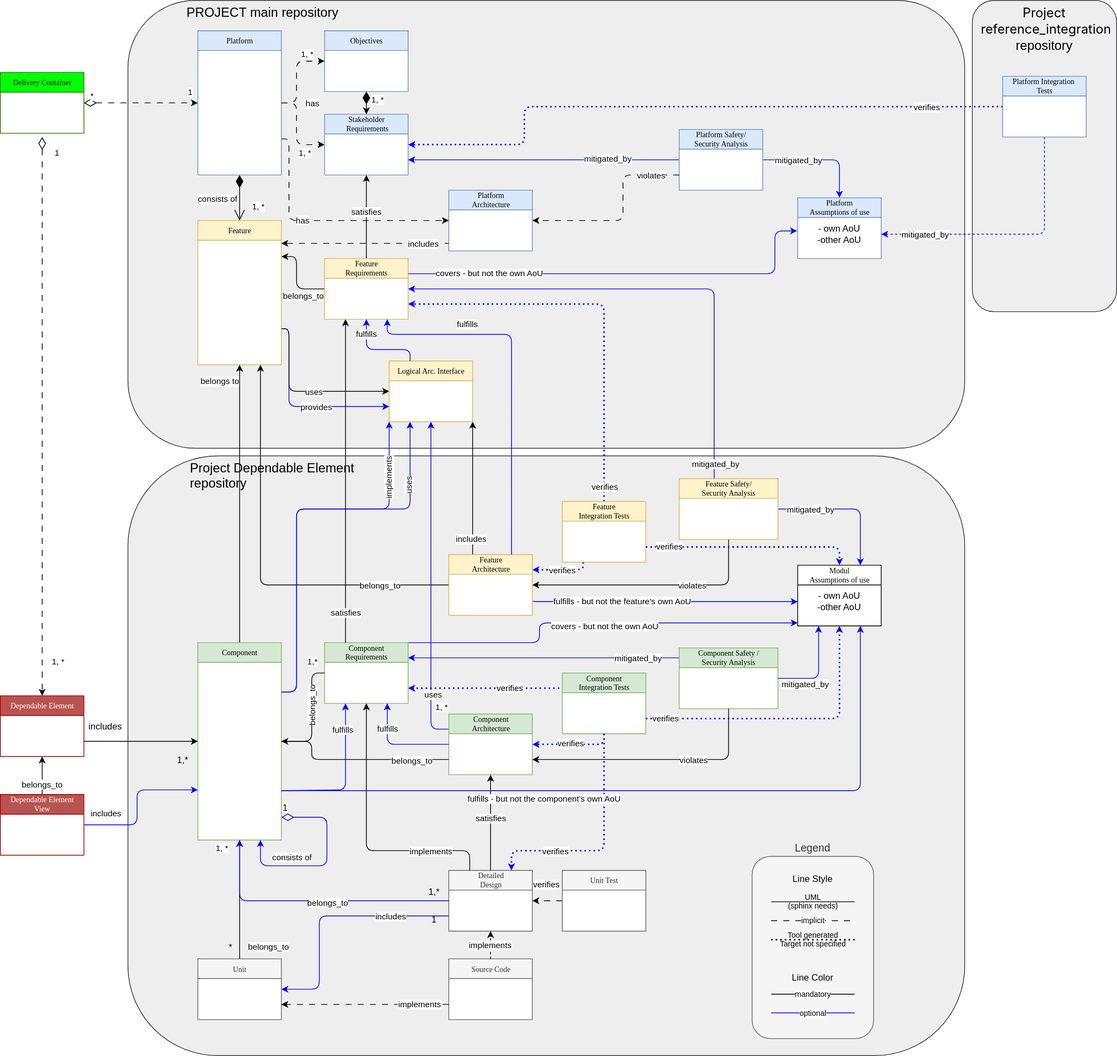
Before: main/_images/score_building_blocks_meta_model_deployment_example.drawio.svg, a diagram exported from draw.io (eclipse-score/process_description). Source tidied: cells renumbered, new cells last; positions are measured from the earlier drawing's top-left corner, leaving out a move shared by most shapes.
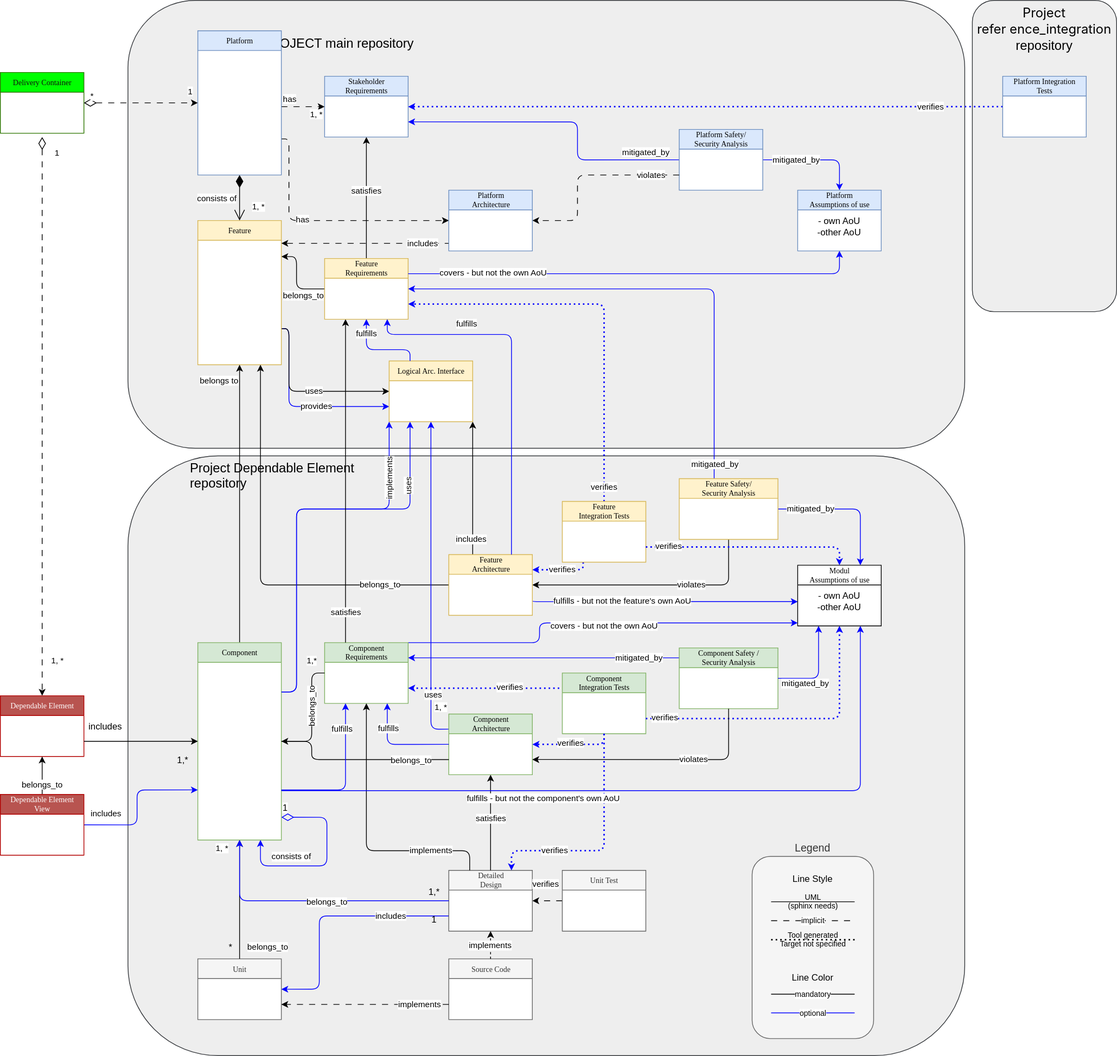
The same diagram one commit later.

What changed in the source:
```diff
@@ -161,7 +161,7 @@
       <mxGeometry x="590.5" y="1262.5" width="110" height="80" as="geometry" />
     </mxCell>
     <mxCell id="34" value="Stakeholder&lt;br&gt;&amp;nbsp;Requirements" style="swimlane;html=1;fontStyle=0;horizontal=1;startSize=26;fillColor=#dae8fc;swimlaneFillColor=#ffffff;rounded=0;shadow=0;comic=0;labelBackgroundColor=none;strokeWidth=1;fontFamily=Verdana;fontSize=10;align=center;strokeColor=#6c8ebf;" parent="1" vertex="1">
-      <mxGeometry x="427" y="150" width="110" height="80" as="geometry" />
+      <mxGeometry x="427" y="100" width="110" height="80" as="geometry" />
     </mxCell>
     <mxCell id="35" style="edgeStyle=orthogonalEdgeStyle;rounded=0;jettySize=auto;html=1;exitX=0.5;exitY=0;exitDx=0;exitDy=0;endArrow=classic;endFill=1;" parent="34" edge="1" source="147">
       <mxGeometry relative="1" as="geometry">
@@ -177,17 +177,14 @@
     <mxCell id="38" value="implements" style="edgeLabel;html=1;align=center;verticalAlign=middle;" parent="37" vertex="1">
       <mxGeometry x="-0.65" relative="1" as="geometry" />
     </mxCell>
-    <mxCell id="39" style="edgeStyle=orthogonalEdgeStyle;rounded=1;jettySize=auto;html=1;entryX=0;entryY=0.5;entryDx=0;entryDy=0;curved=0;dashed=1;dashPattern=8 8;" parent="1" edge="1" source="44" target="34">
+    <mxCell id="39" style="rounded=1;jettySize=auto;html=1;entryX=0;entryY=0.5;entryDx=0;entryDy=0;dashed=1;dashPattern=8 8;" parent="1" edge="1" target="34">
       <mxGeometry relative="1" as="geometry">
-        <Array as="points">
-          <mxPoint x="390" y="135" />
-          <mxPoint x="390" y="190" />
-        </Array>
+        <mxPoint x="370" y="140" as="sourcePoint" />
       </mxGeometry>
     </mxCell>
     <mxCell id="40" value="has" style="edgeLabel;html=1;align=center;verticalAlign=middle;" parent="39" vertex="1">
       <mxGeometry x="0.46" y="2" relative="1" as="geometry">
-        <mxPoint x="13" y="-53" as="offset" />
+        <mxPoint x="-31" y="-8" as="offset" />
       </mxGeometry>
     </mxCell>
     <mxCell id="41" value="1, *" style="edgeLabel;html=1;align=center;verticalAlign=middle;" parent="39" vertex="1">
@@ -217,35 +214,6 @@
         <mxPoint x="-3" y="-149" as="offset" />
       </mxGeometry>
     </mxCell>
-    <mxCell id="47" value="Objectives" style="swimlane;html=1;fontStyle=0;horizontal=1;startSize=26;fillColor=#dae8fc;swimlaneFillColor=#ffffff;rounded=0;shadow=0;comic=0;labelBackgroundColor=none;strokeWidth=1;fontFamily=Verdana;fontSize=10;align=center;strokeColor=#6c8ebf;" parent="1" vertex="1">
-      <mxGeometry x="427" y="40" width="110" height="80" as="geometry" />
-    </mxCell>
-    <mxCell id="48" style="edgeStyle=orthogonalEdgeStyle;rounded=1;jettySize=auto;html=1;entryX=0;entryY=0.5;entryDx=0;entryDy=0;exitX=1;exitY=0.5;exitDx=0;exitDy=0;curved=0;dashed=1;dashPattern=8 8;" parent="1" edge="1" source="44" target="47">
-      <mxGeometry relative="1" as="geometry">
-        <Array as="points">
-          <mxPoint x="390" y="135" />
-          <mxPoint x="390" y="80" />
-        </Array>
-      </mxGeometry>
-    </mxCell>
-    <mxCell id="49" value="has" style="edgeLabel;html=1;align=center;verticalAlign=middle;" parent="48" vertex="1">
-      <mxGeometry x="-0.18" y="-2" relative="1" as="geometry">
-        <mxPoint x="18" y="26" as="offset" />
-      </mxGeometry>
-    </mxCell>
-    <mxCell id="50" value="1, *" style="edgeLabel;html=1;align=center;verticalAlign=middle;" parent="48" vertex="1">
-      <mxGeometry x="0.57" y="1" relative="1" as="geometry">
-        <mxPoint y="-9" as="offset" />
-      </mxGeometry>
-    </mxCell>
-    <mxCell id="51" value="1, *" style="endArrow=classic;html=1;endSize=6;startArrow=diamondThin;startSize=14;startFill=1;edgeStyle=orthogonalEdgeStyle;align=left;verticalAlign=bottom;rounded=0;entryX=0.5;entryY=0;entryDx=0;entryDy=0;endFill=1;exitX=0.5;exitY=1;exitDx=0;exitDy=0;" parent="1" edge="1" source="47" target="34">
-      <mxGeometry x="0.33" y="5" relative="1" as="geometry">
-        <Array as="points">
-          <mxPoint x="482" y="140" />
-          <mxPoint x="482" y="140" />
-        </Array>
-      </mxGeometry>
-    </mxCell>
     <mxCell id="52" value="uses" style="edgeStyle=orthogonalEdgeStyle;html=1;exitX=0;exitY=0.25;exitDx=0;exitDy=0;entryX=0.5;entryY=1;entryDx=0;entryDy=0;strokeColor=#0000FF;verticalAlign=top;spacing=0;" parent="1" edge="1" source="54" target="113">
       <mxGeometry x="-0.63" y="-3" relative="1" as="geometry" />
     </mxCell>
@@ -379,7 +347,7 @@
       </mxGeometry>
     </mxCell>
     <mxCell id="78" value="Platform&lt;br&gt;Assumptions of use" style="swimlane;html=1;fontStyle=0;horizontal=1;startSize=26;swimlaneFillColor=#ffffff;rounded=0;shadow=0;comic=0;labelBackgroundColor=none;strokeWidth=1;fontFamily=Verdana;fontSize=10;align=center;fillColor=#dae8fc;strokeColor=#6c8ebf;" parent="1" vertex="1">
-      <mxGeometry x="1050" y="260" width="110" height="80" as="geometry" />
+      <mxGeometry x="1050" y="250" width="110" height="80" as="geometry" />
     </mxCell>
     <mxCell id="79" value="- own AoU&lt;br&gt;-other AoU" style="text;html=1;strokeColor=none;fillColor=none;align=center;verticalAlign=middle;whiteSpace=wrap;rounded=0;" parent="78" vertex="1">
       <mxGeometry y="26" width="110" height="44" as="geometry" />
@@ -387,22 +355,14 @@
     <mxCell id="80" style="edgeStyle=orthogonalEdgeStyle;rounded=1;jettySize=auto;html=1;entryX=1;entryY=0.5;entryDx=0;entryDy=0;dashed=1;curved=0;strokeColor=#0000FF;dashPattern=1 2;strokeWidth=2;endSize=3;exitX=0;exitY=0.5;exitDx=0;exitDy=0;" parent="1" edge="1" source="84" target="34">
       <mxGeometry relative="1" as="geometry">
         <Array as="points">
-          <mxPoint x="690" y="140" />
-          <mxPoint x="690" y="190" />
+          <mxPoint x="610" y="140" />
+          <mxPoint x="610" y="140" />
         </Array>
       </mxGeometry>
     </mxCell>
     <mxCell id="81" value="verifies" style="edgeLabel;html=1;align=center;verticalAlign=middle;" parent="80" vertex="1">
       <mxGeometry x="-0.76" relative="1" as="geometry" />
     </mxCell>
-    <mxCell id="82" style="edgeStyle=orthogonalEdgeStyle;rounded=1;jettySize=auto;html=1;exitX=0.5;exitY=1;exitDx=0;exitDy=0;entryX=1;entryY=0.5;entryDx=0;entryDy=0;fontColor=#0000FF;strokeColor=#0000FF;dashed=1;curved=0;" parent="1" edge="1" source="84" target="79">
-      <mxGeometry relative="1" as="geometry" />
-    </mxCell>
-    <mxCell id="83" value="mitigated_by" style="edgeLabel;html=1;align=center;verticalAlign=middle;" parent="82" vertex="1">
-      <mxGeometry x="0.72" y="-1" relative="1" as="geometry">
-        <mxPoint x="10" y="1" as="offset" />
-      </mxGeometry>
-    </mxCell>
     <mxCell id="84" value="Platform Integration&amp;nbsp;&lt;br&gt;Tests" style="swimlane;html=1;fontStyle=0;horizontal=1;startSize=26;fillColor=#dae8fc;swimlaneFillColor=#ffffff;rounded=0;shadow=0;comic=0;labelBackgroundColor=none;strokeWidth=1;fontFamily=Verdana;fontSize=10;align=center;strokeColor=#6c8ebf;" parent="1" vertex="1">
       <mxGeometry x="1320" y="100" width="110" height="80" as="geometry" />
     </mxCell>
@@ -508,11 +468,18 @@
     <mxCell id="105" value="verifies" style="edgeLabel;html=1;align=center;verticalAlign=middle;" parent="104" vertex="1">
       <mxGeometry x="0.08" y="-2" relative="1" as="geometry" />
     </mxCell>
-    <mxCell id="106" style="edgeStyle=orthogonalEdgeStyle;rounded=0;jettySize=auto;html=1;exitX=0;exitY=0.5;exitDx=0;exitDy=0;entryX=1;entryY=0.75;entryDx=0;entryDy=0;strokeColor=#0000FF;" parent="1" edge="1" source="110" target="34">
-      <mxGeometry relative="1" as="geometry" />
+    <mxCell id="106" style="edgeStyle=orthogonalEdgeStyle;rounded=1;jettySize=auto;html=1;exitX=0;exitY=0.5;exitDx=0;exitDy=0;entryX=1;entryY=0.75;entryDx=0;entryDy=0;strokeColor=#0000FF;curved=0;" parent="1" edge="1" source="110" target="34">
+      <mxGeometry relative="1" as="geometry">
+        <Array as="points">
+          <mxPoint x="760" y="210" />
+          <mxPoint x="760" y="160" />
+        </Array>
+      </mxGeometry>
     </mxCell>
     <mxCell id="107" value="mitigated_by" style="edgeLabel;html=1;align=center;verticalAlign=middle;" parent="106" vertex="1">
-      <mxGeometry x="-0.47" y="-2" relative="1" as="geometry" />
+      <mxGeometry x="-0.47" y="-2" relative="1" as="geometry">
+        <mxPoint x="64" y="-8" as="offset" />
+      </mxGeometry>
     </mxCell>
     <mxCell id="108" style="edgeStyle=orthogonalEdgeStyle;rounded=1;jettySize=auto;html=1;exitX=1;exitY=0.5;exitDx=0;exitDy=0;entryX=0.5;entryY=0;entryDx=0;entryDy=0;strokeColor=#0000FF;curved=0;" parent="1" edge="1" source="110" target="78">
       <mxGeometry relative="1" as="geometry" />
@@ -528,8 +495,8 @@
     <mxCell id="111" style="edgeStyle=orthogonalEdgeStyle;rounded=1;jettySize=auto;html=1;entryX=1;entryY=0.5;entryDx=0;entryDy=0;exitX=0;exitY=0.75;exitDx=0;exitDy=0;curved=0;strokeColor=default;dashed=1;dashPattern=8 8;align=center;verticalAlign=middle;fontFamily=Helvetica;fontSize=11;fontColor=default;labelBackgroundColor=default;endArrow=classic;" parent="1" edge="1" source="110" target="141">
       <mxGeometry relative="1" as="geometry">
         <Array as="points">
-          <mxPoint x="820" y="230" />
-          <mxPoint x="820" y="290" />
+          <mxPoint x="760" y="230" />
+          <mxPoint x="760" y="290" />
         </Array>
       </mxGeometry>
     </mxCell>
@@ -713,11 +680,10 @@
     <mxCell id="148" value="Feature Safety/&lt;br&gt;Security Analysis" style="swimlane;html=1;fontStyle=0;horizontal=1;startSize=26;fillColor=#fff2cc;swimlaneFillColor=#ffffff;rounded=0;shadow=0;comic=0;labelBackgroundColor=none;strokeWidth=1;fontFamily=Verdana;fontSize=10;align=center;strokeColor=#d6b656;" parent="1" vertex="1">
       <mxGeometry x="894" y="630" width="130" height="80" as="geometry" />
     </mxCell>
-    <mxCell id="149" style="edgeStyle=orthogonalEdgeStyle;rounded=1;jettySize=auto;html=1;exitX=1;exitY=0.25;exitDx=0;exitDy=0;entryX=-0.007;entryY=0.401;entryDx=0;entryDy=0;entryPerimeter=0;strokeColor=#0000FF;curved=0;" parent="1" edge="1" source="147" target="79">
+    <mxCell id="149" style="edgeStyle=orthogonalEdgeStyle;rounded=1;jettySize=auto;html=1;exitX=1;exitY=0.25;exitDx=0;exitDy=0;entryX=0.5;entryY=1;entryDx=0;entryDy=0;strokeColor=#0000FF;curved=0;" parent="1" edge="1" source="147" target="78">
       <mxGeometry relative="1" as="geometry">
         <Array as="points">
-          <mxPoint x="1020" y="360" />
-          <mxPoint x="1020" y="304" />
+          <mxPoint x="1105" y="360" />
         </Array>
       </mxGeometry>
     </mxCell>
```
